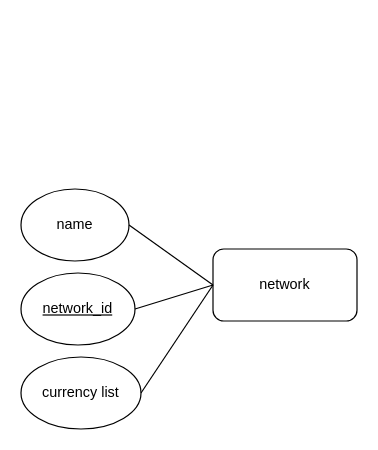
This is Phase1/ERDs/Components/network.drawio from maniebra/dbms-exchange-project, a draw.io file, before an edit. Source tidied: cells renumbered, new cells numbered last; positions are measured from the earlier drawing's top-left corner, leaving out a move shared by most shapes. Both pictures are drawn from the tidied source at 120%, with x=0, y=0 at pixel (20, 188).
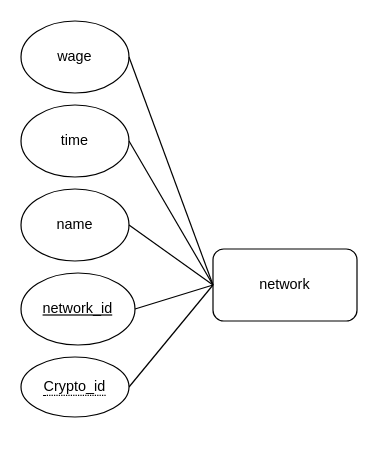
After the change.

Change to the diagram source:
```diff
@@
 <mxGraphModel>
   <root>
     <mxCell id="0" />
     <mxCell id="1" parent="0" />
     <mxCell id="2" value="network" style="rounded=1;whiteSpace=wrap;html=1;" parent="1" vertex="1">
       <mxGeometry x="160" y="50" width="120" height="60" as="geometry" />
     </mxCell>
     <mxCell id="3" value="name" style="ellipse;whiteSpace=wrap;html=1;" parent="1" vertex="1">
       <mxGeometry width="90" height="60" as="geometry" />
     </mxCell>
     <mxCell id="4" value="&lt;u&gt;network_id&lt;/u&gt;" style="ellipse;whiteSpace=wrap;html=1;" parent="1" vertex="1">
       <mxGeometry y="70" width="95" height="60" as="geometry" />
     </mxCell>
     <mxCell id="5" style="endArrow=none;html=1;rounded=0;exitX=1;exitY=0.5;exitDx=0;exitDy=0;" parent="1" edge="1" source="4">
       <mxGeometry relative="1" as="geometry">
         <mxPoint x="160" y="80" as="targetPoint" />
       </mxGeometry>
     </mxCell>
     <mxCell id="6" style="endArrow=none;html=1;rounded=0;exitX=1;exitY=0.5;exitDx=0;exitDy=0;entryX=0;entryY=0.5;entryDx=0;entryDy=0;" parent="1" edge="1" source="3" target="2">
       <mxGeometry relative="1" as="geometry" />
     </mxCell>
-    <mxCell id="7" value="currency list" style="ellipse;whiteSpace=wrap;html=1;" parent="1" vertex="1">
-      <mxGeometry y="140" width="100" height="60" as="geometry" />
-    </mxCell>
-    <mxCell id="8" style="endArrow=none;html=1;rounded=0;exitX=1;exitY=0.5;exitDx=0;exitDy=0;entryX=0;entryY=0.5;entryDx=0;entryDy=0;" parent="1" edge="1" source="7" target="2">
+    <mxCell id="8" style="endArrow=none;html=1;rounded=0;exitX=1;exitY=0.5;exitDx=0;exitDy=0;entryX=0;entryY=0.5;entryDx=0;entryDy=0;" parent="1" edge="1" source="11" target="2">
       <mxGeometry relative="1" as="geometry" />
     </mxCell>
+    <mxCell id="9" value="time" style="ellipse;whiteSpace=wrap;html=1;" parent="1" vertex="1">
+      <mxGeometry y="-70" width="90" height="60" as="geometry" />
+    </mxCell>
+    <mxCell id="10" value="wage" style="ellipse;whiteSpace=wrap;html=1;" parent="1" vertex="1">
+      <mxGeometry y="-140" width="90" height="60" as="geometry" />
+    </mxCell>
+    <mxCell id="11" value="&lt;span style=&quot;border-bottom: 1px dotted&quot;&gt;Crypto_id&lt;/span&gt;" style="ellipse;whiteSpace=wrap;html=1;align=center;" parent="1" vertex="1">
+      <mxGeometry y="140" width="90" height="50" as="geometry" />
+    </mxCell>
+    <mxCell id="12" style="endArrow=none;html=1;rounded=0;exitX=1;exitY=0.5;exitDx=0;exitDy=0;" parent="1" edge="1" source="9">
+      <mxGeometry relative="1" as="geometry">
+        <mxPoint x="160" y="80" as="targetPoint" />
+      </mxGeometry>
+    </mxCell>
+    <mxCell id="13" style="endArrow=none;html=1;rounded=0;exitX=1;exitY=0.5;exitDx=0;exitDy=0;" parent="1" edge="1" source="10">
+      <mxGeometry relative="1" as="geometry">
+        <mxPoint x="160" y="80" as="targetPoint" />
+      </mxGeometry>
+    </mxCell>
   </root>
 </mxGraphModel>
```
